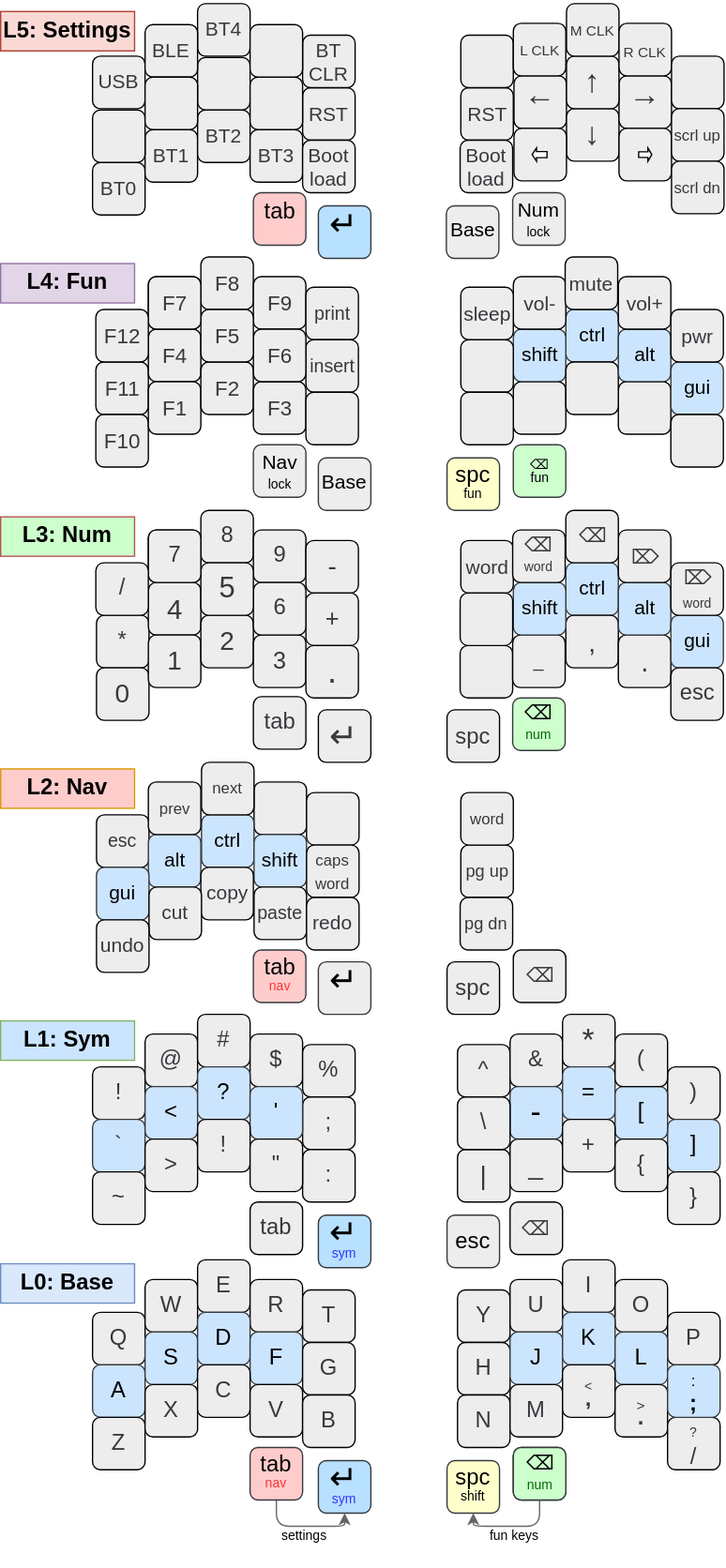
This is images/Keymap.drawio.svg from glenn20/zmk-sweep, a draw.io export, as it was before one commit. Source tidied: cells renumbered, new cells last; positions are measured from the earlier drawing's top-left corner, leaving out a move shared by most shapes.
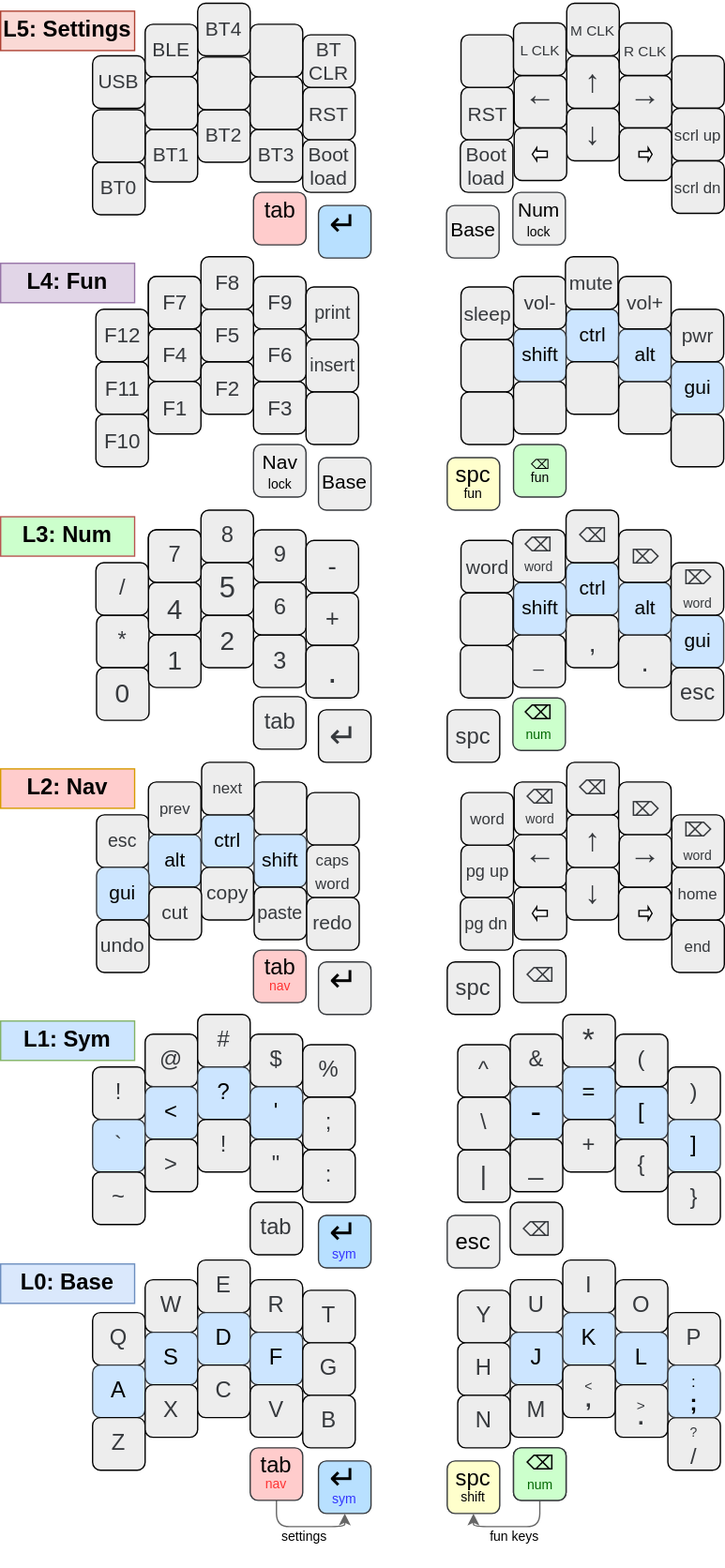
After the change.

Commit message:
Fixup error in keymap drawing.

What changed in the source:
```diff
@@ -633,5 +633,47 @@
     <mxCell id="208" value="(" style="whiteSpace=wrap;html=1;fontSize=17;fontFamily=Helvetica;fontStyle=0;fontColor=#36393D;fillColor=#EDEDED;rounded=1;strokeColor=#000000;" parent="1" vertex="1">
       <mxGeometry x="468" y="785" width="40" height="40" as="geometry" />
     </mxCell>
+    <mxCell id="209" value="&lt;p style=&quot;line-height: 60%; font-size: 26px;&quot;&gt;&lt;br style=&quot;font-size: 26px;&quot;&gt;&lt;/p&gt;" style="whiteSpace=wrap;html=1;rotation=0;fontSize=26;fontFamily=Helvetica;fontStyle=0;fontColor=#36393D;fillColor=#EDEDED;rounded=1;strokeColor=#000000;" parent="1" vertex="1">
+      <mxGeometry x="391" y="673" width="40" height="40" as="geometry" />
+    </mxCell>
+    <mxCell id="210" style="html=1;shadow=0;dashed=0;align=center;verticalAlign=middle;shape=mxgraph.arrows2.arrow;dy=0.54;dx=3.37;flipH=1;notch=0.01;strokeColor=#000000;" parent="1" vertex="1">
+      <mxGeometry x="404.8" y="688" width="11.4" height="10" as="geometry" />
+    </mxCell>
+    <mxCell id="211" value="&lt;p style=&quot;line-height: 120%; font-size: 24px;&quot;&gt;←&lt;/p&gt;" style="whiteSpace=wrap;html=1;fontSize=24;fontFamily=Helvetica;fontStyle=0;fillColor=#EDEDED;strokeColor=#000000;fontColor=#36393D;rounded=1;verticalAlign=middle;spacingTop=-10;" parent="1" vertex="1">
+      <mxGeometry x="391" y="633" width="40" height="40" as="geometry" />
+    </mxCell>
+    <mxCell id="212" value="↓" style="whiteSpace=wrap;html=1;fontSize=24;fontFamily=Helvetica;fontStyle=0;fontColor=#36393D;fillColor=#EDEDED;rounded=1;strokeColor=#000000;" parent="1" vertex="1">
+      <mxGeometry x="430.5" y="658" width="40" height="40" as="geometry" />
+    </mxCell>
+    <mxCell id="213" value="&lt;font style=&quot;font-size: 24px;&quot;&gt;↑&lt;/font&gt;" style="whiteSpace=wrap;html=1;rotation=0;fontSize=24;fontFamily=Helvetica;fontStyle=0;fontColor=#36393D;fillColor=#EDEDED;rounded=1;strokeColor=#000000;" parent="1" vertex="1">
+      <mxGeometry x="431" y="618" width="40" height="40" as="geometry" />
+    </mxCell>
+    <mxCell id="214" style="whiteSpace=wrap;html=1;fontSize=15;fontFamily=Helvetica;fontStyle=0;fontColor=#36393D;fillColor=#EDEDED;rounded=1;strokeColor=#000000;spacingTop=-4;" parent="1" vertex="1">
+      <mxGeometry x="470.5" y="673" width="40" height="40" as="geometry" />
+    </mxCell>
+    <mxCell id="215" style="html=1;shadow=0;dashed=0;align=center;verticalAlign=middle;shape=mxgraph.arrows2.arrow;dy=0.57;dx=2.99;notch=0;strokeColor=#000000;" parent="1" vertex="1">
+      <mxGeometry x="486" y="688" width="10" height="10" as="geometry" />
+    </mxCell>
+    <mxCell id="216" value="&lt;font style=&quot;font-size: 24px;&quot;&gt;→&lt;/font&gt;" style="whiteSpace=wrap;html=1;fontSize=24;fontFamily=Helvetica;fontStyle=0;fontColor=#36393D;fillColor=#EDEDED;rounded=1;strokeColor=#000000;spacingTop=-10;" parent="1" vertex="1">
+      <mxGeometry x="471" y="633" width="40" height="40" as="geometry" />
+    </mxCell>
+    <mxCell id="217" value="&lt;font style=&quot;font-size: 12px;&quot;&gt;end&lt;/font&gt;" style="whiteSpace=wrap;html=1;fontSize=17;fontFamily=Helvetica;fontStyle=0;fontColor=#36393D;fillColor=#EDEDED;rounded=1;strokeColor=#000000;" parent="1" vertex="1">
+      <mxGeometry x="511" y="698" width="40" height="40" as="geometry" />
+    </mxCell>
+    <mxCell id="218" value="&lt;font style=&quot;font-size: 12px;&quot;&gt;home&lt;/font&gt;" style="whiteSpace=wrap;html=1;fontSize=17;fontFamily=Helvetica;fontStyle=0;fontColor=#36393D;fillColor=#EDEDED;rounded=1;strokeColor=#000000;" parent="1" vertex="1">
+      <mxGeometry x="511" y="658" width="40" height="40" as="geometry" />
+    </mxCell>
+    <mxCell id="219" value="&lt;p style=&quot;line-height: 95%;&quot;&gt;&lt;font style=&quot;&quot;&gt;⌫ &lt;font style=&quot;font-size: 10px;&quot;&gt;word&lt;/font&gt;&lt;/font&gt;&lt;/p&gt;" style="whiteSpace=wrap;html=1;fontSize=15;fontFamily=Helvetica;fontStyle=0;fontColor=#36393D;fillColor=#EDEDED;rounded=1;strokeColor=#000000;" parent="1" vertex="1">
+      <mxGeometry x="391" y="593" width="40" height="40" as="geometry" />
+    </mxCell>
+    <mxCell id="220" value="&lt;p style=&quot;line-height: 95%;&quot;&gt;&lt;font style=&quot;&quot;&gt;⌫&lt;br&gt;&lt;/font&gt;&lt;/p&gt;" style="whiteSpace=wrap;html=1;fontSize=15;fontFamily=Helvetica;fontStyle=0;fontColor=#36393D;fillColor=#EDEDED;rounded=1;strokeColor=#000000;" parent="1" vertex="1">
+      <mxGeometry x="431" y="578" width="40" height="40" as="geometry" />
+    </mxCell>
+    <mxCell id="221" value="&lt;span style=&quot;color: rgb(54, 57, 61); font-family: Helvetica; font-size: 15px; font-style: normal; font-variant-ligatures: normal; font-variant-caps: normal; font-weight: 400; letter-spacing: normal; orphans: 2; text-align: center; text-indent: 0px; text-transform: none; widows: 2; word-spacing: 0px; -webkit-text-stroke-width: 0px; text-decoration-thickness: initial; text-decoration-style: initial; text-decoration-color: initial; float: none; display: inline !important;&quot;&gt;⌦&lt;/span&gt;" style="whiteSpace=wrap;html=1;fontSize=15;fontFamily=Helvetica;fontStyle=0;fillColor=#EDEDED;strokeColor=#000000;fontColor=#36393D;rounded=1;" parent="1" vertex="1">
+      <mxGeometry x="470.5" y="593" width="40" height="40" as="geometry" />
+    </mxCell>
+    <mxCell id="222" value="&lt;span style=&quot;color: rgb(54, 57, 61); font-family: Helvetica; font-size: 15px; font-style: normal; font-variant-ligatures: normal; font-variant-caps: normal; font-weight: 400; letter-spacing: normal; orphans: 2; text-align: center; text-indent: 0px; text-transform: none; widows: 2; word-spacing: 0px; -webkit-text-stroke-width: 0px; text-decoration-thickness: initial; text-decoration-style: initial; text-decoration-color: initial; float: none; display: inline !important;&quot;&gt;⌦ &lt;/span&gt;&lt;span style=&quot;color: rgb(54, 57, 61); font-family: Helvetica; font-style: normal; font-variant-ligatures: normal; font-variant-caps: normal; font-weight: 400; letter-spacing: normal; orphans: 2; text-align: center; text-indent: 0px; text-transform: none; widows: 2; word-spacing: 0px; -webkit-text-stroke-width: 0px; text-decoration-thickness: initial; text-decoration-style: initial; text-decoration-color: initial; float: none; display: inline !important;&quot;&gt;&lt;font style=&quot;font-size: 10px;&quot;&gt;word&lt;/font&gt;&lt;/span&gt;" style="whiteSpace=wrap;html=1;fontSize=15;fontFamily=Helvetica;fontStyle=0;fillColor=#EDEDED;strokeColor=#000000;fontColor=#36393D;rounded=1;" parent="1" vertex="1">
+      <mxGeometry x="511" y="618" width="40" height="40" as="geometry" />
+    </mxCell>
   </root>
 </mxGraphModel>
```
